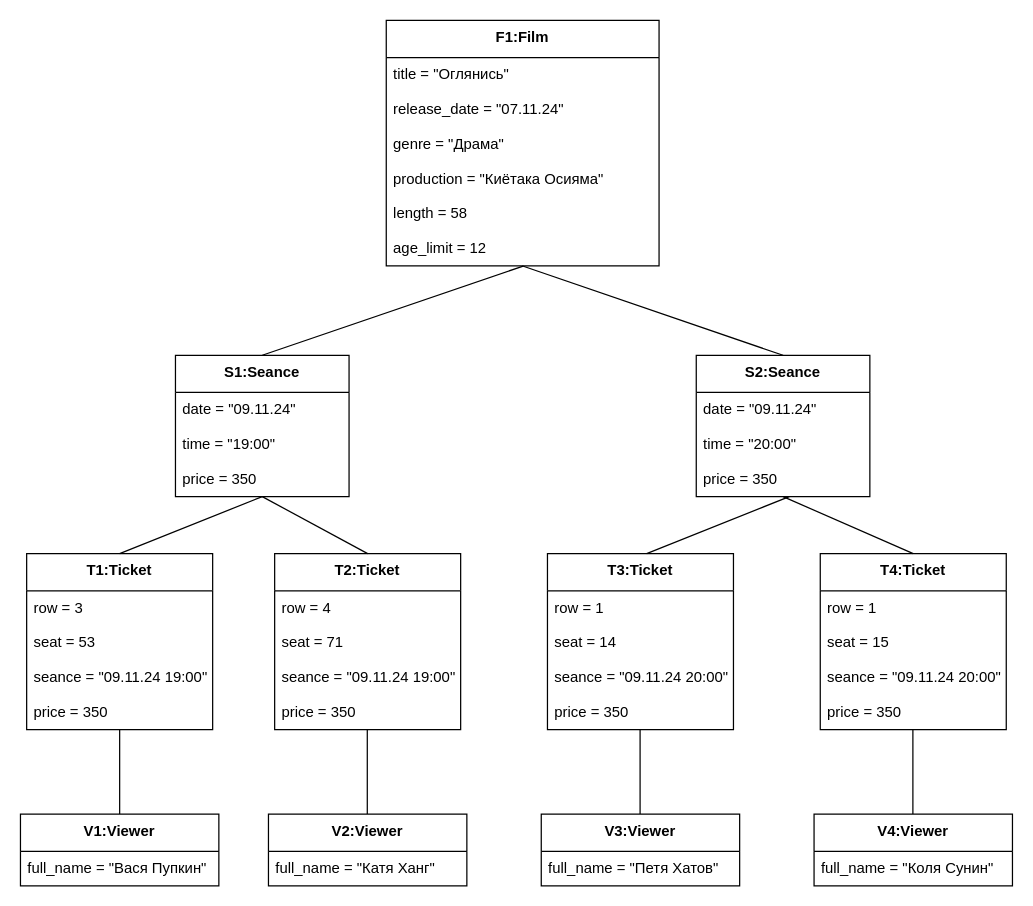
Before: Диаграмма объектов.drawio in ANDaniell/-design-practice, a draw.io diagram. Source tidied: cells renumbered, new cells numbered last; positions are measured from the earlier drawing's top-left corner, leaving out a move shared by most shapes. Both pictures are drawn from the tidied source at 124%, with x=0, y=0 at pixel (20, 20).
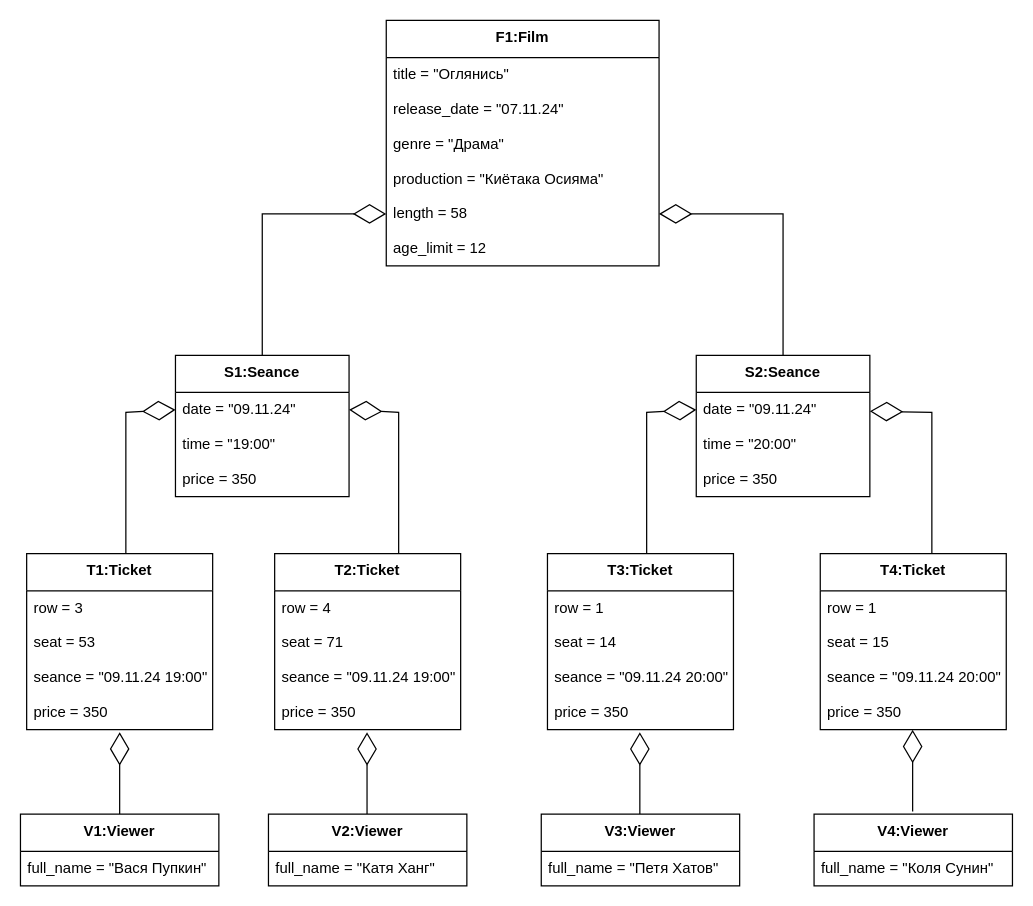
The same diagram, later.

The change refers to these unchanged cells:
```xml
<mxCell id="3" value="S1:Seance" style="swimlane;fontStyle=1;align=center;verticalAlign=top;horizontal=1;startSize=30;" parent="1" vertex="1">
  <mxGeometry x="125" y="270" width="140" height="114" as="geometry" />
</mxCell>
<mxCell id="4" value="date = &quot;09.11.24&quot;" style="text;strokeColor=none;fillColor=none;align=left;verticalAlign=top;spacingLeft=4;spacingRight=4;overflow=hidden;points=[[0,0.5],[1,0.5]];portConstraint=eastwest;" parent="3" vertex="1">
  <mxGeometry y="30" width="140" height="28" as="geometry" />
</mxCell>
<mxCell id="7" value="T1:Ticket" style="swimlane;fontStyle=1;align=center;verticalAlign=top;horizontal=1;startSize=30;" parent="1" vertex="1">
  <mxGeometry x="5" y="430" width="150" height="142" as="geometry" />
</mxCell>
<mxCell id="11" value="price = 350" style="text;strokeColor=none;fillColor=none;align=left;verticalAlign=top;spacingLeft=4;spacingRight=4;overflow=hidden;points=[[0,0.5],[1,0.5]];portConstraint=eastwest;" parent="7" vertex="1">
  <mxGeometry y="114" width="150" height="28" as="geometry" />
</mxCell>
<mxCell id="12" value="V1:Viewer" style="swimlane;fontStyle=1;align=center;verticalAlign=top;horizontal=1;startSize=30;" parent="1" vertex="1">
  <mxGeometry y="640" width="160" height="58" as="geometry" />
</mxCell>
<mxCell id="19" value="length = 58" style="text;strokeColor=none;fillColor=none;align=left;verticalAlign=top;spacingLeft=4;spacingRight=4;overflow=hidden;points=[[0,0.5],[1,0.5]];portConstraint=eastwest;" parent="14" vertex="1">
  <mxGeometry y="142" width="220" height="28" as="geometry" />
</mxCell>
<mxCell id="20" value="age_limit = 12" style="text;strokeColor=none;fillColor=none;align=left;verticalAlign=top;spacingLeft=4;spacingRight=4;overflow=hidden;points=[[0,0.5],[1,0.5]];portConstraint=eastwest;" parent="14" vertex="1">
  <mxGeometry y="170" width="220" height="28" as="geometry" />
</mxCell>
<mxCell id="21" value="S2:Seance" style="swimlane;fontStyle=1;align=center;verticalAlign=top;horizontal=1;startSize=30;" parent="1" vertex="1">
  <mxGeometry x="545" y="270" width="140" height="114" as="geometry" />
</mxCell>
<mxCell id="22" value="date = &quot;09.11.24&quot;" style="text;strokeColor=none;fillColor=none;align=left;verticalAlign=top;spacingLeft=4;spacingRight=4;overflow=hidden;points=[[0,0.5],[1,0.5]];portConstraint=eastwest;" parent="21" vertex="1">
  <mxGeometry y="30" width="140" height="28" as="geometry" />
</mxCell>
<mxCell id="25" value="T2:Ticket" style="swimlane;fontStyle=1;align=center;verticalAlign=top;horizontal=1;startSize=30;" parent="1" vertex="1">
  <mxGeometry x="205" y="430" width="150" height="142" as="geometry" />
</mxCell>
<mxCell id="35" value="T4:Ticket" style="swimlane;fontStyle=1;align=center;verticalAlign=top;horizontal=1;startSize=30;" parent="1" vertex="1">
  <mxGeometry x="645" y="430" width="150" height="142" as="geometry" />
</mxCell>
```

Change to the diagram source:
```diff
@@
-    <mxCell id="2" style="edgeStyle=none;rounded=0;jettySize=auto;html=1;exitX=0.5;exitY=0;exitDx=0;exitDy=0;entryX=0.502;entryY=1.002;entryDx=0;entryDy=0;entryPerimeter=0;endArrow=none;endFill=0;" parent="1" edge="1" source="3" target="20">
-      <mxGeometry relative="1" as="geometry" />
-    </mxCell>
@@
-    <mxCell id="46" style="rounded=0;orthogonalLoop=1;jettySize=auto;html=1;exitX=0.5;exitY=0;exitDx=0;exitDy=0;entryX=0.502;entryY=1.002;entryDx=0;entryDy=0;entryPerimeter=0;endArrow=none;endFill=0;" parent="1" edge="1">
-      <mxGeometry relative="1" as="geometry">
-        <mxPoint x="615" y="270" as="sourcePoint" />
-        <mxPoint x="405" y="198" as="targetPoint" />
-      </mxGeometry>
-    </mxCell>
-    <mxCell id="47" style="endArrow=none;html=1;rounded=0;exitX=0.5;exitY=0;exitDx=0;exitDy=0;" parent="1" edge="1" source="7">
-      <mxGeometry relative="1" as="geometry">
-        <mxPoint x="195" y="384" as="targetPoint" />
-      </mxGeometry>
-    </mxCell>
-    <mxCell id="48" style="endArrow=none;html=1;rounded=0;exitX=0.5;exitY=0;exitDx=0;exitDy=0;" parent="1" edge="1" source="25">
-      <mxGeometry relative="1" as="geometry">
-        <mxPoint x="195" y="384" as="targetPoint" />
-      </mxGeometry>
-    </mxCell>
-    <mxCell id="49" style="endArrow=none;html=1;rounded=0;exitX=0.5;exitY=0;exitDx=0;exitDy=0;entryX=0.5;entryY=1;entryDx=0;entryDy=0;" parent="1" edge="1" source="12" target="7">
-      <mxGeometry relative="1" as="geometry" />
-    </mxCell>
-    <mxCell id="50" style="endArrow=none;html=1;rounded=0;exitX=0.5;exitY=0;exitDx=0;exitDy=0;entryX=0.5;entryY=1;entryDx=0;entryDy=0;" parent="1" edge="1">
-      <mxGeometry relative="1" as="geometry">
-        <mxPoint x="279.7" y="640" as="sourcePoint" />
-        <mxPoint x="279.7" y="572" as="targetPoint" />
-      </mxGeometry>
-    </mxCell>
-    <mxCell id="51" style="endArrow=none;html=1;rounded=0;exitX=0.5;exitY=0;exitDx=0;exitDy=0;entryX=0.5;entryY=1;entryDx=0;entryDy=0;" parent="1" edge="1">
-      <mxGeometry relative="1" as="geometry">
-        <mxPoint x="499.7" y="640" as="sourcePoint" />
-        <mxPoint x="499.7" y="572" as="targetPoint" />
-      </mxGeometry>
-    </mxCell>
-    <mxCell id="52" style="endArrow=none;html=1;rounded=0;exitX=0.5;exitY=0;exitDx=0;exitDy=0;entryX=0.5;entryY=1;entryDx=0;entryDy=0;" parent="1" edge="1">
-      <mxGeometry relative="1" as="geometry">
-        <mxPoint x="719.7" y="640" as="sourcePoint" />
-        <mxPoint x="719.7" y="572" as="targetPoint" />
-      </mxGeometry>
-    </mxCell>
-    <mxCell id="53" style="endArrow=none;html=1;rounded=0;exitX=0.5;exitY=0;exitDx=0;exitDy=0;" parent="1" edge="1">
-      <mxGeometry relative="1" as="geometry">
-        <mxPoint x="505" y="430" as="sourcePoint" />
-        <mxPoint x="620" y="384" as="targetPoint" />
-      </mxGeometry>
-    </mxCell>
-    <mxCell id="54" style="endArrow=none;html=1;rounded=0;exitX=0.5;exitY=0;exitDx=0;exitDy=0;" parent="1" edge="1" source="35">
-      <mxGeometry relative="1" as="geometry">
-        <mxPoint x="615" y="384" as="targetPoint" />
-      </mxGeometry>
-    </mxCell>
+    <mxCell id="55" style="endArrow=diamondThin;endFill=0;endSize=24;html=1;rounded=0;entryX=1;entryY=0.5;entryDx=0;entryDy=0;exitX=0.5;exitY=0;exitDx=0;exitDy=0;" parent="1" edge="1" source="21" target="19">
+      <mxGeometry relative="1" as="geometry">
+        <Array as="points">
+          <mxPoint x="615" y="156" />
+        </Array>
+      </mxGeometry>
+    </mxCell>
+    <mxCell id="56" style="endArrow=diamondThin;endFill=0;endSize=24;html=1;rounded=0;entryX=0;entryY=0.5;entryDx=0;entryDy=0;exitX=0.5;exitY=0;exitDx=0;exitDy=0;" parent="1" edge="1" target="19">
+      <mxGeometry relative="1" as="geometry">
+        <mxPoint x="195" y="270" as="sourcePoint" />
+        <Array as="points">
+          <mxPoint x="195" y="156" />
+        </Array>
+      </mxGeometry>
+    </mxCell>
+    <mxCell id="57" style="endArrow=diamondThin;endFill=0;endSize=24;html=1;rounded=0;entryX=0;entryY=0.5;entryDx=0;entryDy=0;exitX=0.5;exitY=0;exitDx=0;exitDy=0;" parent="1" edge="1" target="4">
+      <mxGeometry relative="1" as="geometry">
+        <mxPoint x="85" y="430" as="sourcePoint" />
+        <Array as="points">
+          <mxPoint x="85" y="316" />
+        </Array>
+      </mxGeometry>
+    </mxCell>
+    <mxCell id="58" style="endArrow=diamondThin;endFill=0;endSize=24;html=1;rounded=0;entryX=0;entryY=0.5;entryDx=0;entryDy=0;exitX=0.5;exitY=0;exitDx=0;exitDy=0;" parent="1" edge="1">
+      <mxGeometry relative="1" as="geometry">
+        <mxPoint x="505" y="430" as="sourcePoint" />
+        <mxPoint x="545" y="314" as="targetPoint" />
+        <Array as="points">
+          <mxPoint x="505" y="316" />
+        </Array>
+      </mxGeometry>
+    </mxCell>
+    <mxCell id="59" style="endArrow=diamondThin;endFill=0;endSize=24;html=1;rounded=0;entryX=1;entryY=0.5;entryDx=0;entryDy=0;exitX=0.5;exitY=0;exitDx=0;exitDy=0;" parent="1" edge="1" target="4">
+      <mxGeometry relative="1" as="geometry">
+        <mxPoint x="305" y="430" as="sourcePoint" />
+        <Array as="points">
+          <mxPoint x="305" y="316" />
+        </Array>
+      </mxGeometry>
+    </mxCell>
+    <mxCell id="60" style="endArrow=diamondThin;endFill=0;endSize=24;html=1;rounded=0;exitX=0.5;exitY=0;exitDx=0;exitDy=0;" parent="1" edge="1" target="22">
+      <mxGeometry relative="1" as="geometry">
+        <mxPoint x="735" y="430" as="sourcePoint" />
+        <Array as="points">
+          <mxPoint x="735" y="316" />
+        </Array>
+      </mxGeometry>
+    </mxCell>
+    <mxCell id="61" style="endArrow=diamondThin;endFill=0;endSize=24;html=1;rounded=0;exitX=0.5;exitY=0;exitDx=0;exitDy=0;entryX=0.5;entryY=1.071;entryDx=0;entryDy=0;entryPerimeter=0;" parent="1" edge="1" source="12" target="11">
+      <mxGeometry relative="1" as="geometry" />
+    </mxCell>
+    <mxCell id="62" style="endArrow=diamondThin;endFill=0;endSize=24;html=1;rounded=0;exitX=0.5;exitY=0;exitDx=0;exitDy=0;entryX=0.5;entryY=1.071;entryDx=0;entryDy=0;entryPerimeter=0;" parent="1" edge="1">
+      <mxGeometry relative="1" as="geometry">
+        <mxPoint x="279.5" y="640" as="sourcePoint" />
+        <mxPoint x="279.5" y="574" as="targetPoint" />
+      </mxGeometry>
+    </mxCell>
+    <mxCell id="63" style="endArrow=diamondThin;endFill=0;endSize=24;html=1;rounded=0;exitX=0.5;exitY=0;exitDx=0;exitDy=0;entryX=0.5;entryY=1.071;entryDx=0;entryDy=0;entryPerimeter=0;" parent="1" edge="1">
+      <mxGeometry relative="1" as="geometry">
+        <mxPoint x="499.5" y="640" as="sourcePoint" />
+        <mxPoint x="499.5" y="574" as="targetPoint" />
+      </mxGeometry>
+    </mxCell>
+    <mxCell id="64" style="endArrow=diamondThin;endFill=0;endSize=24;html=1;rounded=0;exitX=0.5;exitY=0;exitDx=0;exitDy=0;entryX=0.5;entryY=1.071;entryDx=0;entryDy=0;entryPerimeter=0;" parent="1" edge="1">
+      <mxGeometry relative="1" as="geometry">
+        <mxPoint x="719.5" y="638" as="sourcePoint" />
+        <mxPoint x="719.5" y="572" as="targetPoint" />
+      </mxGeometry>
+    </mxCell>
```
